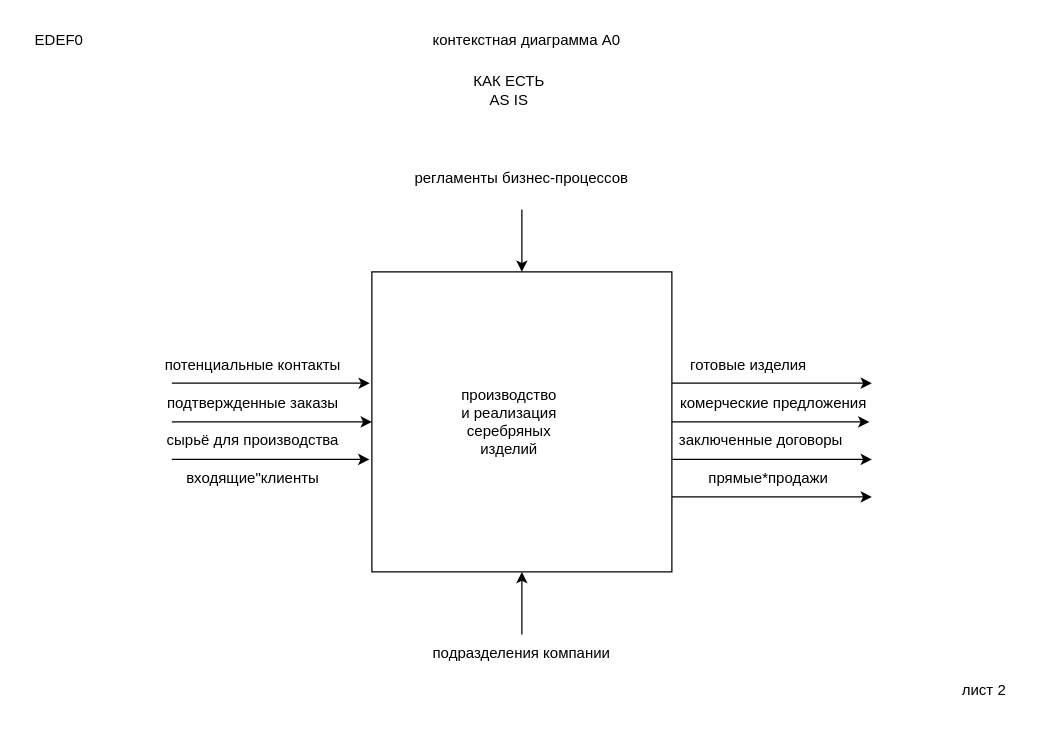
emauter/GB_mysql keeps this draw.io diagram as page "Страница — 2" (2 of 6) of newexample2025.drawio. Above is the earlier version. Source tidied: cells renumbered, new cells numbered last; positions are measured from the earlier drawing's top-left corner, leaving out a move shared by most shapes. Both pictures are drawn from the tidied source at 125%, with x=0, y=0 at pixel (21, 21).
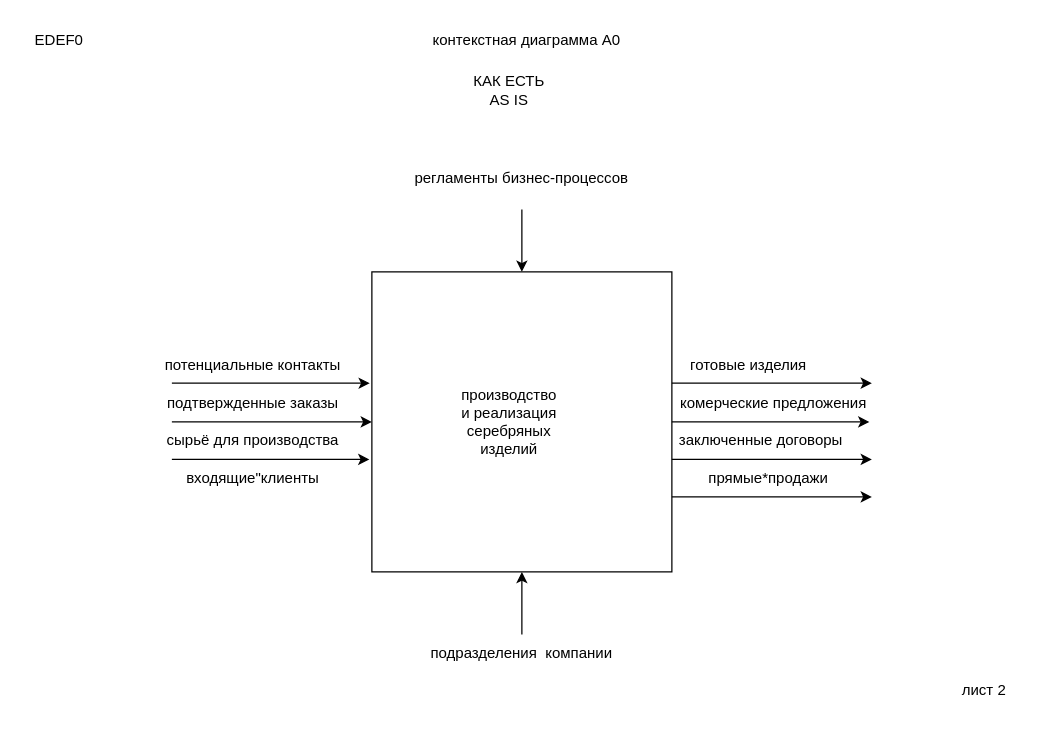
The same diagram, later.

Diff of the diagram source:
```diff
@@
-    <mxCell id="10" value="подразделения компании" style="text;html=1;align=center;verticalAlign=middle;whiteSpace=wrap;rounded=0;" parent="1" vertex="1">
+    <mxCell id="10" value="подразделения&amp;nbsp; компании" style="text;html=1;align=center;verticalAlign=middle;whiteSpace=wrap;rounded=0;" parent="1" vertex="1">
       <mxGeometry x="320" y="490" width="160" height="30" as="geometry" />
     </mxCell>
```
